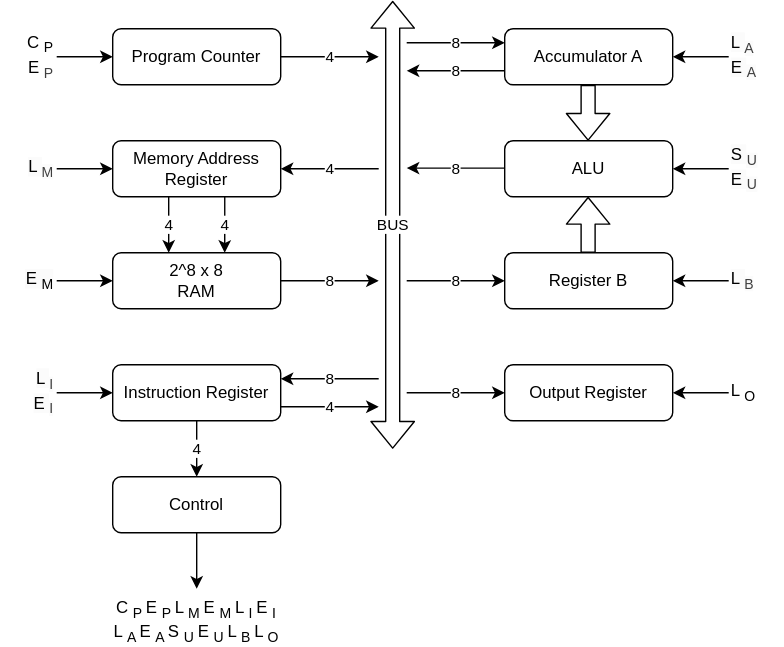
JHertz5/lil_cpu keeps this draw.io diagram as sap1_architecture.drawio.svg. Above is the earlier version. Source tidied: cells renumbered, new cells last; positions are measured from the earlier drawing's top-left corner, leaving out a move shared by most shapes.
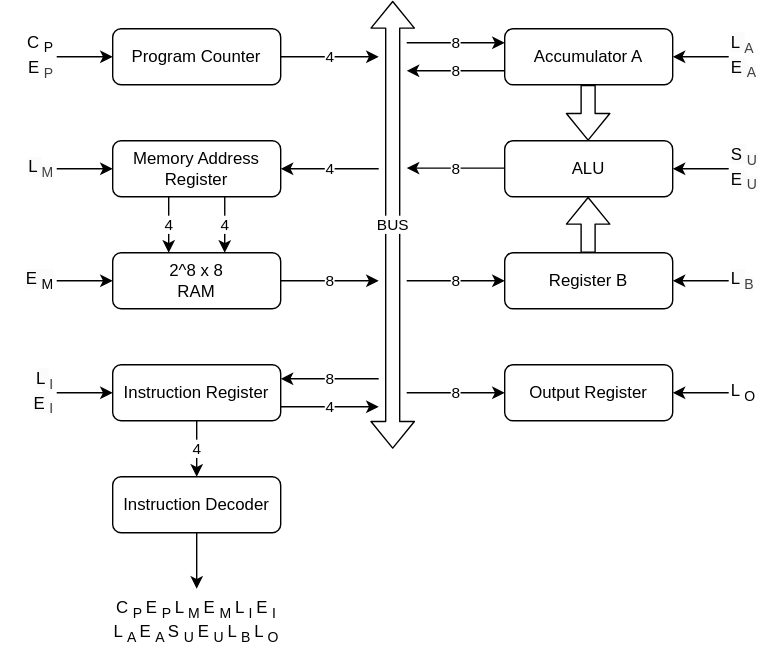
The same diagram one commit later.

Commit message:
#37 Tweaked diagram.

The edit, as a diff of the source:
```diff
@@ -13,7 +13,7 @@
         <mxPoint x="140" y="420" as="targetPoint" />
       </mxGeometry>
     </mxCell>
-    <mxCell id="5" value="Control" style="rounded=1;whiteSpace=wrap;html=1;" parent="1" vertex="1">
+    <mxCell id="5" value="Instruction Decoder" style="rounded=1;whiteSpace=wrap;html=1;" parent="1" vertex="1">
       <mxGeometry x="80" y="340" width="120" height="40" as="geometry" />
     </mxCell>
     <mxCell id="6" value="Accumulator A" style="rounded=1;whiteSpace=wrap;html=1;shadow=0;glass=0;" parent="1" vertex="1">
```
